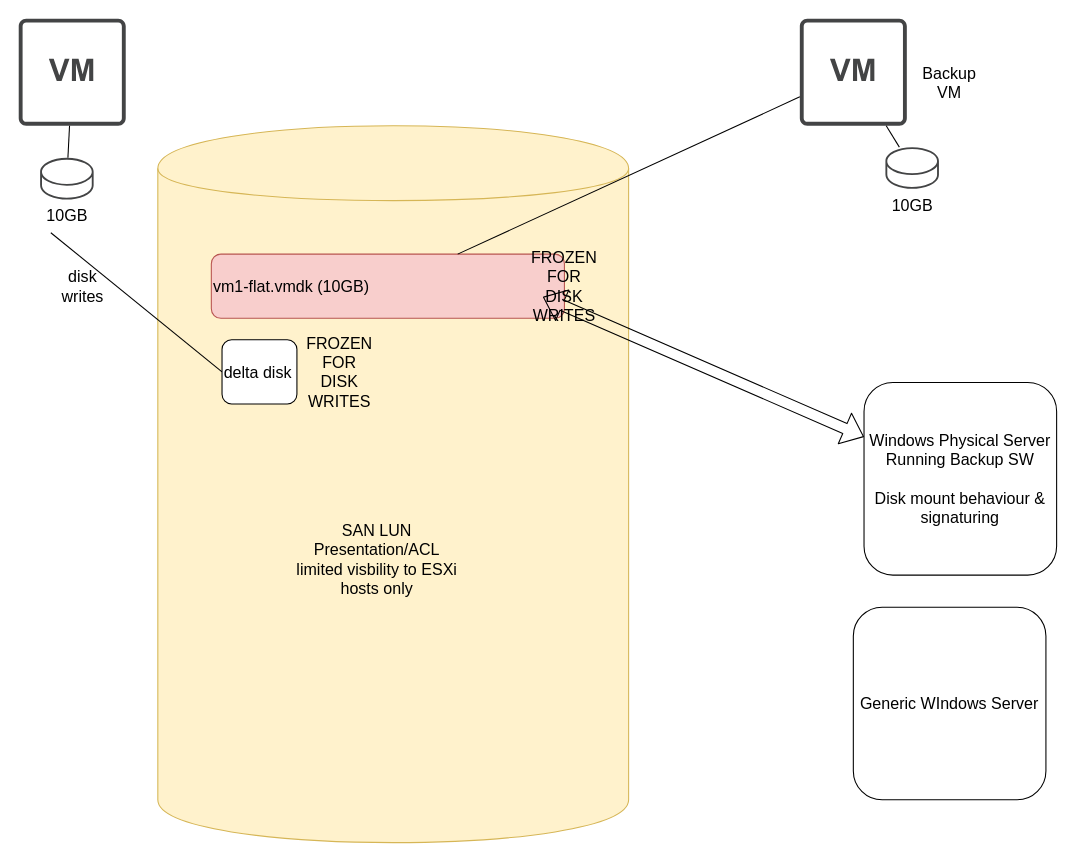
Above: page "Page-3" (3 of 3) of vSphere7ICMday4.drawio in taupoali/vmwarediagrams (draw.io), before the change. Source tidied: cells renumbered, new cells numbered last; positions are measured from the earlier drawing's top-left corner, leaving out a move shared by most shapes. Both pictures are drawn from the tidied source at 107%, with x=0, y=0 at pixel (18, 18).
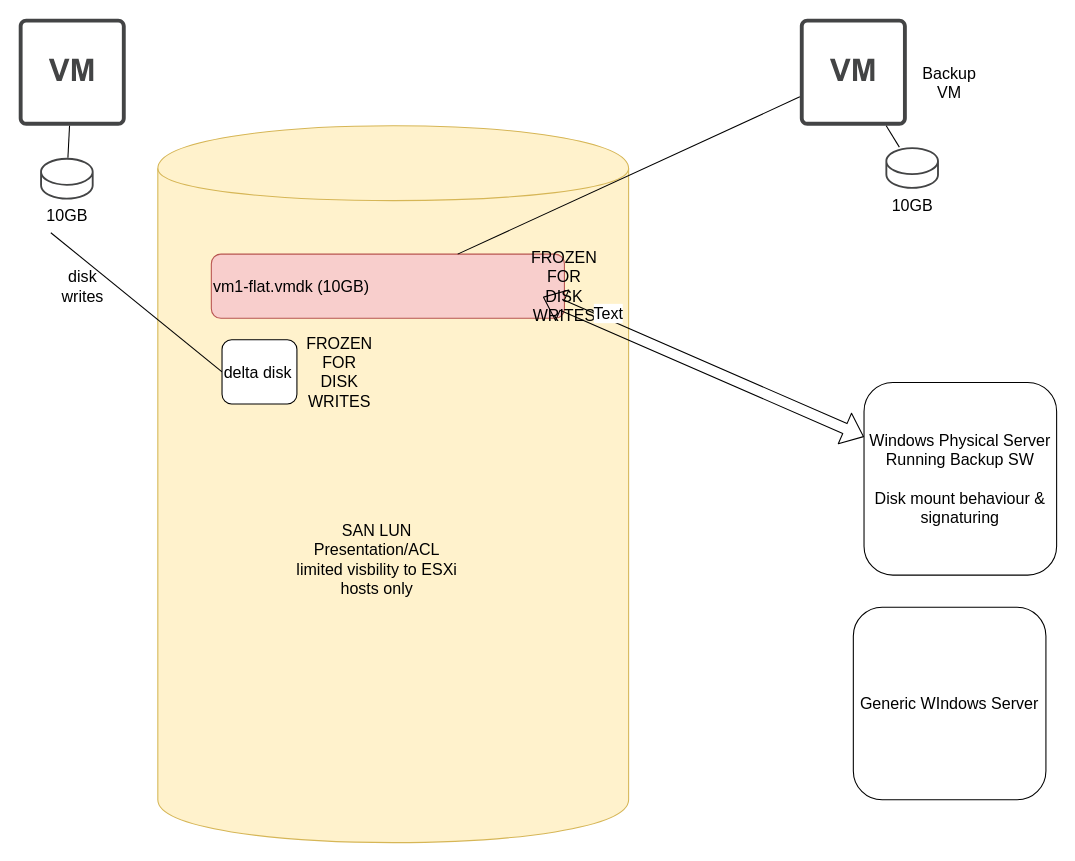
Above is the later version.

Unchanged cells that the change refers to:
```xml
<mxCell id="18" style="shape=flexArrow;endArrow=classic;startArrow=classic;html=1;fontSize=15;exitX=0;exitY=1;exitDx=0;exitDy=0;" parent="1" edge="1" source="5" target="17">
  <mxGeometry relative="1" as="geometry" />
</mxCell>
```

The edit, as a diff of the source:
```diff
@@
+    <mxCell id="21" value="Text" style="edgeLabel;html=1;align=center;verticalAlign=middle;fontSize=15;" parent="18" vertex="1">
+      <mxGeometry x="-0.63" y="11" relative="1" as="geometry" />
+    </mxCell>
```
